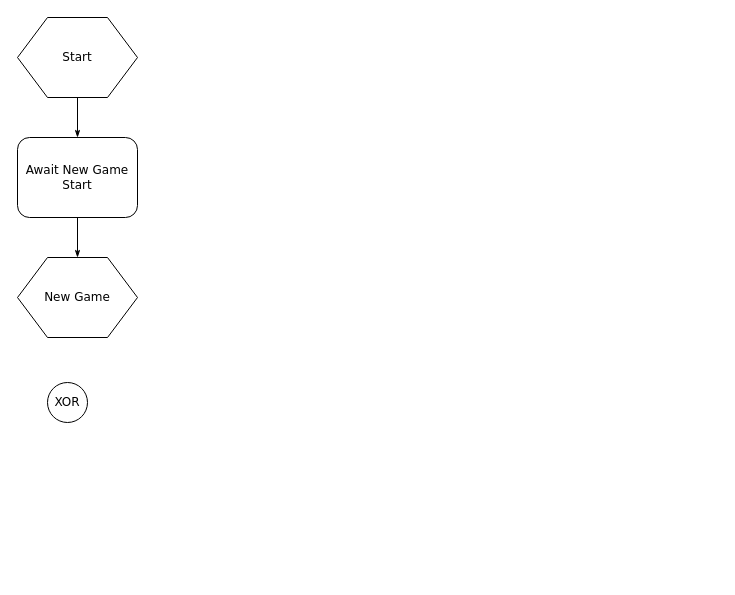
This is Loops Runner Flow.drawio from urbanantics/loops-runner, a draw.io file, before an edit. Source tidied: cells renumbered, new cells numbered last; positions are measured from the earlier drawing's top-left corner, leaving out a move shared by most shapes. Both pictures are drawn from the tidied source at 100%, with x=0, y=0 at pixel (17, 17).
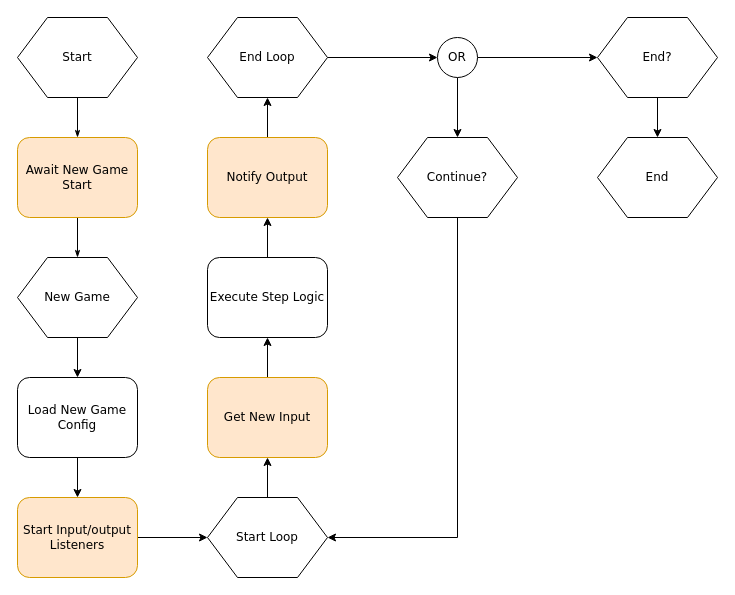
After the change.

Unchanged cells that the change refers to:
```xml
<mxCell id="6" value="New Game" style="shape=hexagon;perimeter=hexagonPerimeter;whiteSpace=wrap;html=1;rounded=0;shadow=0;labelBackgroundColor=none;strokeWidth=1;fontFamily=Verdana;fontSize=12;align=center;" parent="1" vertex="1">
  <mxGeometry y="240" width="120" height="80" as="geometry" />
</mxCell>
```

Change to the diagram source:
```diff
@@
-    <mxCell id="5" value="Await New Game Start" style="rounded=1;whiteSpace=wrap;html=1;shadow=0;labelBackgroundColor=none;strokeWidth=1;fontFamily=Verdana;fontSize=12;align=center;" parent="1" vertex="1">
+    <mxCell id="5" value="Await New Game Start" style="rounded=1;whiteSpace=wrap;html=1;shadow=0;labelBackgroundColor=none;strokeWidth=1;fontFamily=Verdana;fontSize=12;align=center;fillColor=#ffe6cc;strokeColor=#d79b00;" parent="1" vertex="1">
       <mxGeometry y="120" width="120" height="80" as="geometry" />
     </mxCell>
+    <mxCell id="8" style="edgeStyle=orthogonalEdgeStyle;rounded=0;jettySize=auto;html=1;" parent="1" edge="1" source="6" target="12">
+      <mxGeometry relative="1" as="geometry" />
+    </mxCell>
@@
+    <mxCell id="9" style="edgeStyle=orthogonalEdgeStyle;rounded=0;jettySize=auto;html=1;" parent="1" edge="1" source="7" target="26">
+      <mxGeometry relative="1" as="geometry" />
+    </mxCell>
+    <mxCell id="10" style="edgeStyle=orthogonalEdgeStyle;rounded=0;jettySize=auto;html=1;" parent="1" edge="1" source="7" target="28">
+      <mxGeometry relative="1" as="geometry" />
+    </mxCell>
-    <mxCell id="7" value="XOR" style="ellipse;whiteSpace=wrap;html=1;rounded=1;shadow=0;labelBackgroundColor=none;strokeWidth=1;fontFamily=Verdana;fontSize=12;align=center;" parent="1" vertex="1">
-      <mxGeometry x="30" y="365" width="40" height="40" as="geometry" />
+    <mxCell id="7" value="OR" style="ellipse;whiteSpace=wrap;html=1;rounded=1;shadow=0;labelBackgroundColor=none;strokeWidth=1;fontFamily=Verdana;fontSize=12;align=center;" parent="1" vertex="1">
+      <mxGeometry x="420" y="20" width="40" height="40" as="geometry" />
     </mxCell>
+    <mxCell id="11" style="edgeStyle=orthogonalEdgeStyle;rounded=0;jettySize=auto;html=1;" parent="1" edge="1" source="12" target="14">
+      <mxGeometry relative="1" as="geometry" />
+    </mxCell>
+    <mxCell id="12" value="Load New Game Config" style="rounded=1;whiteSpace=wrap;html=1;shadow=0;labelBackgroundColor=none;strokeWidth=1;fontFamily=Verdana;fontSize=12;align=center;" parent="1" vertex="1">
+      <mxGeometry y="360" width="120" height="80" as="geometry" />
+    </mxCell>
+    <mxCell id="13" style="edgeStyle=orthogonalEdgeStyle;rounded=0;jettySize=auto;html=1;" parent="1" edge="1" source="14" target="24">
+      <mxGeometry relative="1" as="geometry" />
+    </mxCell>
+    <mxCell id="14" value="Start Input/output Listeners" style="rounded=1;whiteSpace=wrap;html=1;shadow=0;labelBackgroundColor=none;strokeWidth=1;fontFamily=Verdana;fontSize=12;align=center;fillColor=#ffe6cc;strokeColor=#d79b00;" parent="1" vertex="1">
+      <mxGeometry y="480" width="120" height="80" as="geometry" />
+    </mxCell>
+    <mxCell id="15" style="edgeStyle=orthogonalEdgeStyle;rounded=0;jettySize=auto;html=1;" parent="1" edge="1" source="16" target="7">
+      <mxGeometry relative="1" as="geometry" />
+    </mxCell>
+    <mxCell id="16" value="End Loop" style="shape=hexagon;perimeter=hexagonPerimeter;whiteSpace=wrap;html=1;rounded=0;shadow=0;labelBackgroundColor=none;strokeWidth=1;fontFamily=Verdana;fontSize=12;align=center;" parent="1" vertex="1">
+      <mxGeometry x="190" width="120" height="80" as="geometry" />
+    </mxCell>
+    <mxCell id="17" style="edgeStyle=orthogonalEdgeStyle;rounded=0;jettySize=auto;html=1;" parent="1" edge="1" source="18" target="20">
+      <mxGeometry relative="1" as="geometry" />
+    </mxCell>
+    <mxCell id="18" value="Get New Input" style="rounded=1;whiteSpace=wrap;html=1;shadow=0;labelBackgroundColor=none;strokeWidth=1;fontFamily=Verdana;fontSize=12;align=center;fillColor=#ffe6cc;strokeColor=#d79b00;" parent="1" vertex="1">
+      <mxGeometry x="190" y="360" width="120" height="80" as="geometry" />
+    </mxCell>
+    <mxCell id="19" style="edgeStyle=orthogonalEdgeStyle;rounded=0;jettySize=auto;html=1;" parent="1" edge="1" source="20" target="22">
+      <mxGeometry relative="1" as="geometry" />
+    </mxCell>
+    <mxCell id="20" value="Execute Step Logic" style="rounded=1;whiteSpace=wrap;html=1;shadow=0;labelBackgroundColor=none;strokeWidth=1;fontFamily=Verdana;fontSize=12;align=center;" parent="1" vertex="1">
+      <mxGeometry x="190" y="240" width="120" height="80" as="geometry" />
+    </mxCell>
+    <mxCell id="21" style="edgeStyle=orthogonalEdgeStyle;rounded=0;jettySize=auto;html=1;" parent="1" edge="1" source="22" target="16">
+      <mxGeometry relative="1" as="geometry" />
+    </mxCell>
+    <mxCell id="22" value="Notify Output" style="rounded=1;whiteSpace=wrap;html=1;shadow=0;labelBackgroundColor=none;strokeWidth=1;fontFamily=Verdana;fontSize=12;align=center;fillColor=#ffe6cc;strokeColor=#d79b00;" parent="1" vertex="1">
+      <mxGeometry x="190" y="120" width="120" height="80" as="geometry" />
+    </mxCell>
+    <mxCell id="23" style="edgeStyle=orthogonalEdgeStyle;rounded=0;jettySize=auto;html=1;" parent="1" edge="1" source="24" target="18">
+      <mxGeometry relative="1" as="geometry" />
+    </mxCell>
+    <mxCell id="24" value="Start Loop" style="shape=hexagon;perimeter=hexagonPerimeter;whiteSpace=wrap;html=1;rounded=0;shadow=0;labelBackgroundColor=none;strokeWidth=1;fontFamily=Verdana;fontSize=12;align=center;" parent="1" vertex="1">
+      <mxGeometry x="190" y="480" width="120" height="80" as="geometry" />
+    </mxCell>
+    <mxCell id="25" style="edgeStyle=orthogonalEdgeStyle;rounded=0;jettySize=auto;html=1;" parent="1" edge="1" source="26" target="24">
+      <mxGeometry relative="1" as="geometry">
+        <Array as="points">
+          <mxPoint x="440" y="520" />
+        </Array>
+      </mxGeometry>
+    </mxCell>
+    <mxCell id="26" value="Continue?" style="shape=hexagon;perimeter=hexagonPerimeter;whiteSpace=wrap;html=1;rounded=0;shadow=0;labelBackgroundColor=none;strokeWidth=1;fontFamily=Verdana;fontSize=12;align=center;" parent="1" vertex="1">
+      <mxGeometry x="380" y="120" width="120" height="80" as="geometry" />
+    </mxCell>
+    <mxCell id="27" style="edgeStyle=orthogonalEdgeStyle;rounded=0;jettySize=auto;html=1;" parent="1" edge="1" source="28" target="29">
+      <mxGeometry relative="1" as="geometry" />
+    </mxCell>
+    <mxCell id="28" value="End?" style="shape=hexagon;perimeter=hexagonPerimeter;whiteSpace=wrap;html=1;rounded=0;shadow=0;labelBackgroundColor=none;strokeWidth=1;fontFamily=Verdana;fontSize=12;align=center;" parent="1" vertex="1">
+      <mxGeometry x="580" width="120" height="80" as="geometry" />
+    </mxCell>
+    <mxCell id="29" value="End" style="shape=hexagon;perimeter=hexagonPerimeter;whiteSpace=wrap;html=1;rounded=0;shadow=0;labelBackgroundColor=none;strokeWidth=1;fontFamily=Verdana;fontSize=12;align=center;" parent="1" vertex="1">
+      <mxGeometry x="580" y="120" width="120" height="80" as="geometry" />
+    </mxCell>
```
